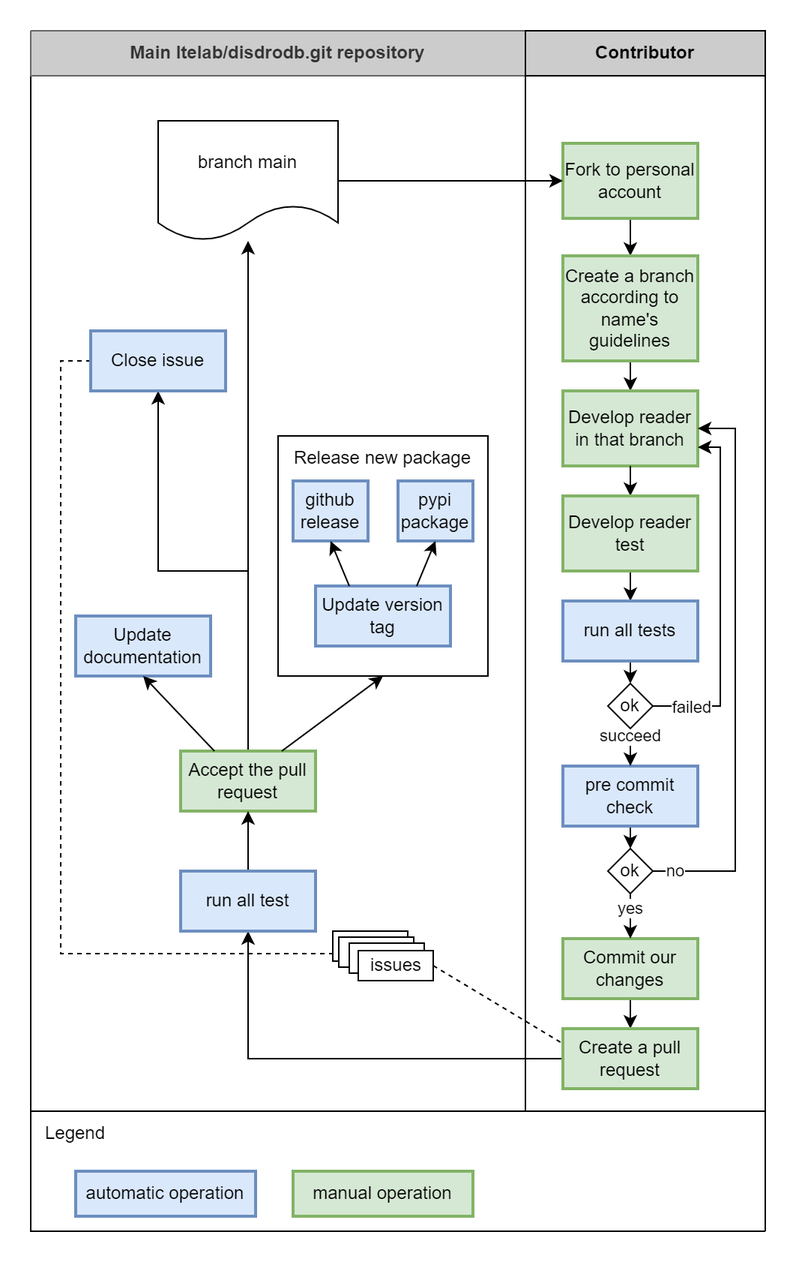
Above: docs/source/static/collaborative_process.png in ltelab/disdrodb (draw.io), before the change. Source tidied: cells renumbered, new cells last; positions are measured from the earlier drawing's top-left corner, leaving out a move shared by most shapes.
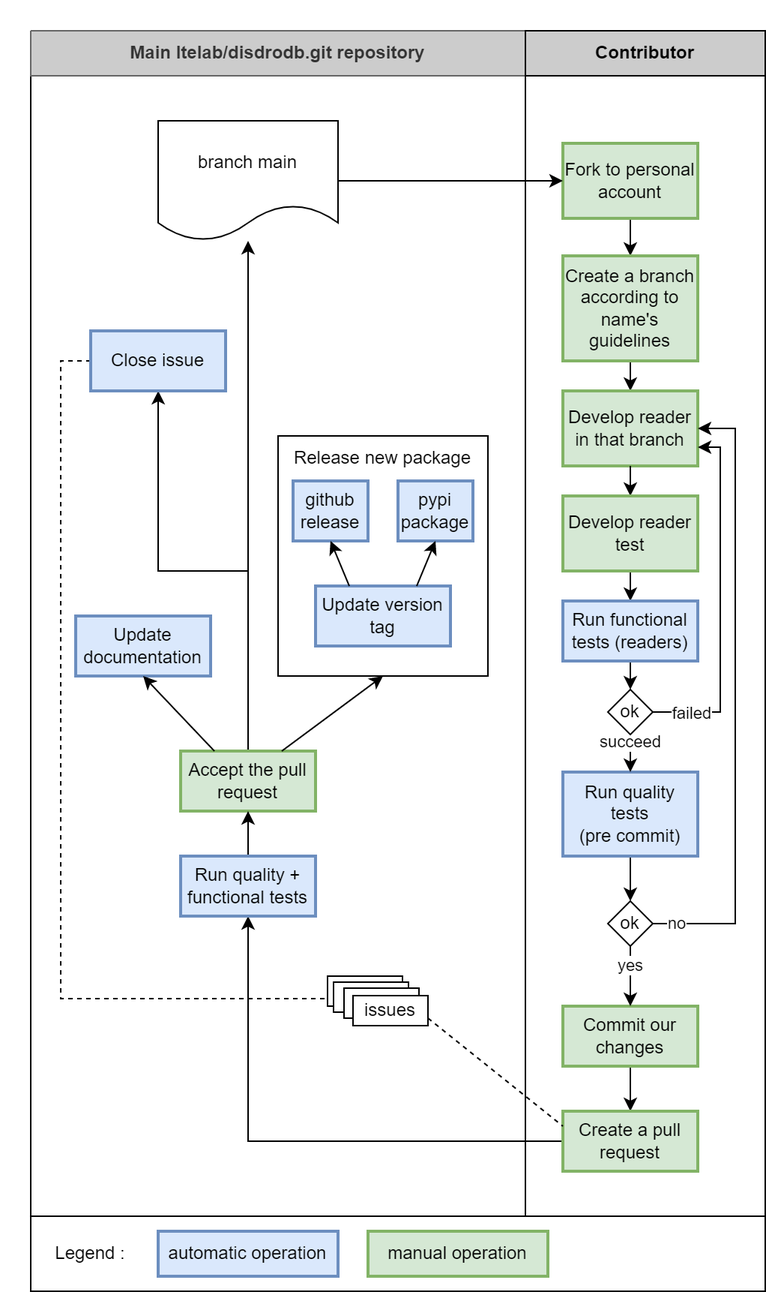
The same diagram one commit later.

Diff of the diagram source:
```diff
@@ -3,13 +3,13 @@
     <mxCell id="0" />
     <mxCell id="1" parent="0" />
     <mxCell id="2" style="rounded=0;whiteSpace=wrap;html=1;" parent="1" vertex="1">
-      <mxGeometry x="20" y="740" width="490" height="80" as="geometry" />
+      <mxGeometry x="20" y="810" width="490" height="50" as="geometry" />
     </mxCell>
     <mxCell id="3" style="rounded=0;whiteSpace=wrap;html=1;" parent="1" vertex="1">
-      <mxGeometry x="350" y="50" width="160" height="690" as="geometry" />
+      <mxGeometry x="350" y="50" width="160" height="760" as="geometry" />
     </mxCell>
     <mxCell id="4" style="rounded=0;whiteSpace=wrap;html=1;" parent="1" vertex="1">
-      <mxGeometry x="20" y="50" width="330" height="690" as="geometry" />
+      <mxGeometry x="20" y="50" width="330" height="760" as="geometry" />
     </mxCell>
     <mxCell id="5" style="rounded=0;whiteSpace=wrap;html=1;" parent="1" vertex="1">
       <mxGeometry x="185" y="290" width="140" height="160" as="geometry" />
@@ -45,13 +45,13 @@
       <mxGeometry relative="1" as="geometry" />
     </mxCell>
     <mxCell id="16" value="Commit our changes" style="rounded=0;whiteSpace=wrap;html=1;absoluteArcSize=1;arcSize=14;strokeWidth=2;fillColor=#d5e8d4;strokeColor=#82b366;" parent="1" vertex="1">
-      <mxGeometry x="375" y="625" width="90" height="40" as="geometry" />
+      <mxGeometry x="375" y="670" width="90" height="40" as="geometry" />
     </mxCell>
-    <mxCell id="17" style="edgeStyle=orthogonalEdgeStyle;rounded=0;jettySize=auto;html=1;exitX=0;exitY=0.5;exitDx=0;exitDy=0;entryX=0.5;entryY=1;entryDx=0;entryDy=0;" parent="1" edge="1" source="18" target="58">
+    <mxCell id="17" style="edgeStyle=orthogonalEdgeStyle;rounded=0;jettySize=auto;html=1;exitX=0;exitY=0.5;exitDx=0;exitDy=0;entryX=0.5;entryY=1;entryDx=0;entryDy=0;" parent="1" edge="1" source="18" target="57">
       <mxGeometry relative="1" as="geometry" />
     </mxCell>
     <mxCell id="18" value="Create a pull request" style="rounded=0;whiteSpace=wrap;html=1;absoluteArcSize=1;arcSize=14;strokeWidth=2;fillColor=#d5e8d4;strokeColor=#82b366;" parent="1" vertex="1">
-      <mxGeometry x="375" y="685" width="90" height="40" as="geometry" />
+      <mxGeometry x="375" y="740" width="90" height="40" as="geometry" />
     </mxCell>
     <mxCell id="19" style="edgeStyle=orthogonalEdgeStyle;rounded=0;jettySize=auto;html=1;exitX=0.5;exitY=0;exitDx=0;exitDy=0;" parent="1" edge="1" source="21" target="8">
       <mxGeometry relative="1" as="geometry" />
@@ -71,22 +71,22 @@
     <mxCell id="24" style="edgeStyle=orthogonalEdgeStyle;rounded=0;jettySize=auto;html=1;exitX=0.5;exitY=1;exitDx=0;exitDy=0;entryX=0.5;entryY=0;entryDx=0;entryDy=0;" parent="1" edge="1" source="25" target="28">
       <mxGeometry relative="1" as="geometry" />
     </mxCell>
-    <mxCell id="25" value="pre commit check" style="rounded=0;whiteSpace=wrap;html=1;absoluteArcSize=1;arcSize=14;strokeWidth=2;fillColor=#dae8fc;strokeColor=#6c8ebf;" parent="1" vertex="1">
-      <mxGeometry x="375" y="510" width="90" height="40" as="geometry" />
+    <mxCell id="25" value="Run quality tests&lt;br&gt;(pre commit)" style="rounded=0;whiteSpace=wrap;html=1;absoluteArcSize=1;arcSize=14;strokeWidth=2;fillColor=#dae8fc;strokeColor=#6c8ebf;" parent="1" vertex="1">
+      <mxGeometry x="375" y="514" width="90" height="56" as="geometry" />
     </mxCell>
-    <mxCell id="26" style="endArrow=classic;html=1;rounded=0;exitX=0.5;exitY=1;exitDx=0;exitDy=0;" parent="1" edge="1" source="14" target="50">
+    <mxCell id="26" style="endArrow=classic;html=1;rounded=0;exitX=0.5;exitY=1;exitDx=0;exitDy=0;" parent="1" edge="1" source="14" target="49">
       <mxGeometry relative="1" as="geometry" />
     </mxCell>
     <mxCell id="27" value="no" style="edgeStyle=orthogonalEdgeStyle;rounded=0;jettySize=auto;html=1;exitX=1;exitY=0.5;exitDx=0;exitDy=0;entryX=1;entryY=0.5;entryDx=0;entryDy=0;" parent="1" edge="1" source="28" target="14">
       <mxGeometry x="-0.92" relative="1" as="geometry">
         <Array as="points">
-          <mxPoint x="490" y="580" />
+          <mxPoint x="490" y="615" />
           <mxPoint x="490" y="285" />
         </Array>
       </mxGeometry>
     </mxCell>
     <mxCell id="28" value="ok" style="rhombus;whiteSpace=wrap;html=1;rounded=0;" parent="1" vertex="1">
-      <mxGeometry x="405" y="565" width="30" height="30" as="geometry" />
+      <mxGeometry x="405" y="600" width="30" height="30" as="geometry" />
     </mxCell>
     <mxCell id="29" value="yes" style="endArrow=classic;html=1;rounded=0;exitX=0.5;exitY=1;exitDx=0;exitDy=0;entryX=0.5;entryY=0;entryDx=0;entryDy=0;" parent="1" edge="1" source="28" target="16">
       <mxGeometry x="-0.33" relative="1" as="geometry" />
@@ -112,28 +112,28 @@
     <mxCell id="36" style="endArrow=classic;html=1;rounded=0;entryX=0.5;entryY=1;entryDx=0;entryDy=0;exitX=0.25;exitY=0;exitDx=0;exitDy=0;" parent="1" edge="1" source="21" target="23">
       <mxGeometry relative="1" as="geometry" />
     </mxCell>
-    <mxCell id="37" value="Legend" style="text;html=1;strokeColor=none;fillColor=none;align=center;verticalAlign=middle;whiteSpace=wrap;rounded=0;" parent="1" vertex="1">
-      <mxGeometry x="20" y="740" width="60" height="30" as="geometry" />
+    <mxCell id="37" value="Legend :" style="text;html=1;strokeColor=none;fillColor=none;align=center;verticalAlign=middle;whiteSpace=wrap;rounded=0;" parent="1" vertex="1">
+      <mxGeometry x="30" y="820" width="60" height="30" as="geometry" />
     </mxCell>
     <mxCell id="38" value="automatic operation" style="rounded=0;whiteSpace=wrap;html=1;absoluteArcSize=1;arcSize=14;strokeWidth=2;fillColor=#dae8fc;strokeColor=#6c8ebf;" parent="1" vertex="1">
-      <mxGeometry x="50" y="780" width="120" height="30" as="geometry" />
+      <mxGeometry x="105" y="820" width="120" height="30" as="geometry" />
     </mxCell>
     <mxCell id="39" value="manual operation" style="rounded=0;whiteSpace=wrap;html=1;absoluteArcSize=1;arcSize=14;strokeWidth=2;fillColor=#d5e8d4;strokeColor=#82b366;" parent="1" vertex="1">
-      <mxGeometry x="195" y="780" width="120" height="30" as="geometry" />
+      <mxGeometry x="245" y="820" width="120" height="30" as="geometry" />
     </mxCell>
     <mxCell id="40" value="issues" style="rounded=0;whiteSpace=wrap;html=1;" parent="1" vertex="1">
-      <mxGeometry x="221.5" y="620" width="50" height="20" as="geometry" />
+      <mxGeometry x="218" y="650" width="50" height="20" as="geometry" />
     </mxCell>
     <mxCell id="41" value="issues" style="rounded=0;whiteSpace=wrap;html=1;" parent="1" vertex="1">
-      <mxGeometry x="225.5" y="624" width="50" height="20" as="geometry" />
+      <mxGeometry x="222" y="654" width="50" height="20" as="geometry" />
     </mxCell>
     <mxCell id="42" value="issues" style="rounded=0;whiteSpace=wrap;html=1;" parent="1" vertex="1">
-      <mxGeometry x="232.5" y="628" width="50" height="20" as="geometry" />
+      <mxGeometry x="229" y="658" width="50" height="20" as="geometry" />
     </mxCell>
     <mxCell id="43" value="issues" style="rounded=0;whiteSpace=wrap;html=1;" parent="1" vertex="1">
-      <mxGeometry x="238.5" y="633" width="50" height="20" as="geometry" />
+      <mxGeometry x="235" y="663" width="50" height="20" as="geometry" />
     </mxCell>
-    <mxCell id="44" style="endArrow=none;dashed=1;html=1;strokeWidth=1;rounded=0;exitX=1;exitY=0.5;exitDx=0;exitDy=0;entryX=0;entryY=0.25;entryDx=0;entryDy=0;" parent="1" edge="1" source="43" target="18">
+    <mxCell id="44" style="endArrow=none;dashed=1;html=1;strokeWidth=1;rounded=0;exitX=1;exitY=0.75;exitDx=0;exitDy=0;entryX=0;entryY=0.25;entryDx=0;entryDy=0;" parent="1" edge="1" source="43" target="18">
       <mxGeometry relative="1" as="geometry" />
     </mxCell>
     <mxCell id="45" style="edgeStyle=orthogonalEdgeStyle;rounded=0;jettySize=auto;html=1;exitX=0;exitY=0.5;exitDx=0;exitDy=0;entryX=0;entryY=0.75;entryDx=0;entryDy=0;dashed=1;endArrow=none;endFill=0;" parent="1" edge="1" source="46" target="40">
@@ -145,45 +145,42 @@
     <mxCell id="47" style="rounded=0;whiteSpace=wrap;html=1;fillColor=default;strokeColor=none;" parent="1" vertex="1">
       <mxGeometry width="20" height="20" as="geometry" />
     </mxCell>
-    <mxCell id="48" style="rounded=0;whiteSpace=wrap;html=1;fillColor=default;strokeColor=none;" parent="1" vertex="1">
-      <mxGeometry x="510" y="820" width="20" height="20" as="geometry" />
+    <mxCell id="48" style="edgeStyle=orthogonalEdgeStyle;rounded=0;jettySize=auto;html=1;exitX=0.5;exitY=1;exitDx=0;exitDy=0;entryX=0.5;entryY=0;entryDx=0;entryDy=0;" parent="1" edge="1" source="49" target="51">
+      <mxGeometry relative="1" as="geometry" />
     </mxCell>
-    <mxCell id="49" style="edgeStyle=orthogonalEdgeStyle;rounded=0;jettySize=auto;html=1;exitX=0.5;exitY=1;exitDx=0;exitDy=0;entryX=0.5;entryY=0;entryDx=0;entryDy=0;" parent="1" edge="1" source="50" target="52">
-      <mxGeometry relative="1" as="geometry" />
+    <mxCell id="49" value="Develop reader test" style="rounded=0;whiteSpace=wrap;html=1;absoluteArcSize=1;arcSize=14;strokeWidth=2;fillColor=#d5e8d4;strokeColor=#82b366;" parent="1" vertex="1">
+      <mxGeometry x="375" y="330" width="90" height="50" as="geometry" />
     </mxCell>
-    <mxCell id="50" value="Develop reader test" style="rounded=0;whiteSpace=wrap;html=1;absoluteArcSize=1;arcSize=14;strokeWidth=2;fillColor=#d5e8d4;strokeColor=#82b366;" parent="1" vertex="1">
-      <mxGeometry x="375" y="330" width="90" height="50" as="geometry" />
+    <mxCell id="50" style="edgeStyle=orthogonalEdgeStyle;rounded=0;jettySize=auto;html=1;exitX=0.5;exitY=1;exitDx=0;exitDy=0;entryX=0.5;entryY=0;entryDx=0;entryDy=0;" parent="1" edge="1" source="51" target="55">
+      <mxGeometry relative="1" as="geometry" />
     </mxCell>
-    <mxCell id="51" style="edgeStyle=orthogonalEdgeStyle;rounded=0;jettySize=auto;html=1;exitX=0.5;exitY=1;exitDx=0;exitDy=0;entryX=0.5;entryY=0;entryDx=0;entryDy=0;" parent="1" edge="1" source="52" target="56">
-      <mxGeometry relative="1" as="geometry" />
+    <mxCell id="51" value="Run functional tests (readers)" style="rounded=0;whiteSpace=wrap;html=1;absoluteArcSize=1;arcSize=14;strokeWidth=2;fillColor=#dae8fc;strokeColor=#6c8ebf;" parent="1" vertex="1">
+      <mxGeometry x="375" y="400" width="90" height="40" as="geometry" />
     </mxCell>
-    <mxCell id="52" value="run all tests" style="rounded=0;whiteSpace=wrap;html=1;absoluteArcSize=1;arcSize=14;strokeWidth=2;fillColor=#dae8fc;strokeColor=#6c8ebf;" parent="1" vertex="1">
-      <mxGeometry x="375" y="400" width="90" height="40" as="geometry" />
+    <mxCell id="52" value="succeed" style="edgeStyle=orthogonalEdgeStyle;rounded=0;jettySize=auto;html=1;exitX=0.5;exitY=1;exitDx=0;exitDy=0;entryX=0.5;entryY=0;entryDx=0;entryDy=0;" parent="1" edge="1" source="55" target="25">
+      <mxGeometry x="-0.6" relative="1" as="geometry" />
     </mxCell>
-    <mxCell id="53" value="succeed" style="edgeStyle=orthogonalEdgeStyle;rounded=0;jettySize=auto;html=1;exitX=0.5;exitY=1;exitDx=0;exitDy=0;entryX=0.5;entryY=0;entryDx=0;entryDy=0;" parent="1" edge="1" source="56" target="25">
-      <mxGeometry x="-0.6" relative="1" as="geometry" />
+    <mxCell id="53" style="edgeStyle=orthogonalEdgeStyle;rounded=0;jettySize=auto;html=1;exitX=1;exitY=0.5;exitDx=0;exitDy=0;entryX=1;entryY=0.75;entryDx=0;entryDy=0;" parent="1" edge="1" source="55" target="14">
+      <mxGeometry relative="1" as="geometry">
+        <Array as="points">
+          <mxPoint x="480" y="474" />
+          <mxPoint x="480" y="298" />
+        </Array>
+      </mxGeometry>
     </mxCell>
-    <mxCell id="54" style="edgeStyle=orthogonalEdgeStyle;rounded=0;jettySize=auto;html=1;exitX=1;exitY=0.5;exitDx=0;exitDy=0;entryX=1;entryY=0.75;entryDx=0;entryDy=0;" parent="1" edge="1" source="56" target="14">
-      <mxGeometry relative="1" as="geometry">
-        <Array as="points">
-          <mxPoint x="480" y="470" />
-          <mxPoint x="480" y="298" />
-        </Array>
+    <mxCell id="54" value="failed" style="edgeLabel;html=1;align=center;verticalAlign=middle;" parent="53" vertex="1">
+      <mxGeometry x="-0.83" relative="1" as="geometry">
+        <mxPoint x="5" as="offset" />
       </mxGeometry>
     </mxCell>
-    <mxCell id="55" value="failed" style="edgeLabel;html=1;align=center;verticalAlign=middle;points=[];" parent="54" vertex="1">
-      <mxGeometry x="-0.83" relative="1" as="geometry">
-        <mxPoint x="5" as="offset" />
-      </mxGeometry>
+    <mxCell id="55" value="ok" style="rhombus;whiteSpace=wrap;html=1;rounded=0;" parent="1" vertex="1">
+      <mxGeometry x="405" y="459" width="30" height="30" as="geometry" />
     </mxCell>
-    <mxCell id="56" value="ok" style="rhombus;whiteSpace=wrap;html=1;rounded=0;" parent="1" vertex="1">
-      <mxGeometry x="405" y="455" width="30" height="30" as="geometry" />
+    <mxCell id="56" style="edgeStyle=orthogonalEdgeStyle;rounded=0;jettySize=auto;html=1;exitX=0.5;exitY=0;exitDx=0;exitDy=0;entryX=0.5;entryY=1;entryDx=0;entryDy=0;endArrow=classic;endFill=1;strokeWidth=1;" parent="1" edge="1" source="57" target="21">
+      <mxGeometry relative="1" as="geometry" />
     </mxCell>
-    <mxCell id="57" style="edgeStyle=orthogonalEdgeStyle;rounded=0;jettySize=auto;html=1;exitX=0.5;exitY=0;exitDx=0;exitDy=0;entryX=0.5;entryY=1;entryDx=0;entryDy=0;endArrow=classic;endFill=1;strokeWidth=1;" parent="1" edge="1" source="58" target="21">
-      <mxGeometry relative="1" as="geometry" />
+    <mxCell id="57" value="Run quality + functional tests" style="rounded=0;whiteSpace=wrap;html=1;absoluteArcSize=1;arcSize=14;strokeWidth=2;fillColor=#dae8fc;strokeColor=#6c8ebf;" parent="1" vertex="1">
+      <mxGeometry x="120" y="570" width="90" height="40" as="geometry" />
     </mxCell>
-    <mxCell id="58" value="run all test" style="rounded=0;whiteSpace=wrap;html=1;absoluteArcSize=1;arcSize=14;strokeWidth=2;fillColor=#dae8fc;strokeColor=#6c8ebf;" parent="1" vertex="1">
-      <mxGeometry x="120" y="580" width="90" height="40" as="geometry" />
-    </mxCell>
   </root>
 </mxGraphModel>
```
